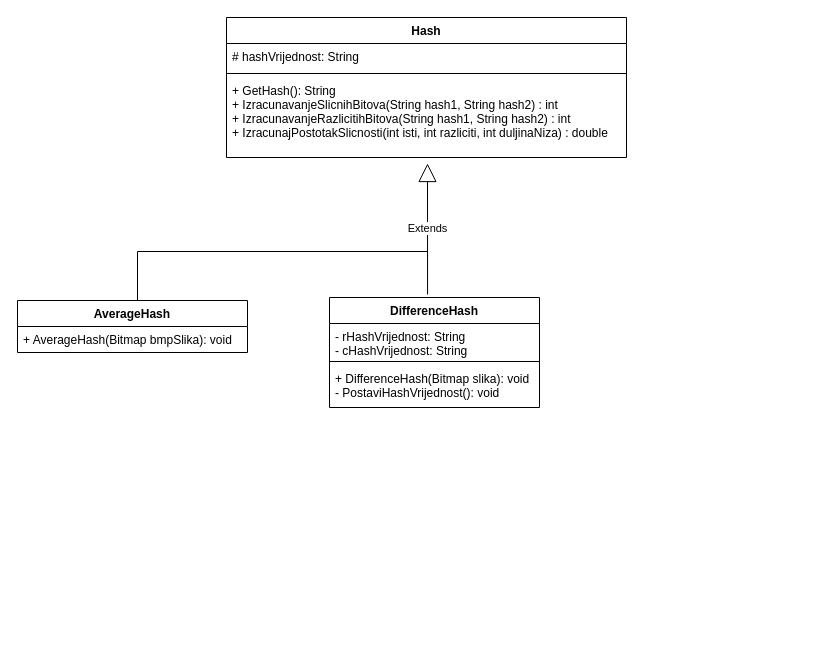
This is Dokumentacija/Dijagrami/raw/HashGeneralizacija.drawio from jmigac/Percepcijsko-he-iranje, a draw.io file, before an edit. Source tidied: cells renumbered, new cells numbered last; positions are measured from the earlier drawing's top-left corner, leaving out a move shared by most shapes. Both pictures are drawn from the tidied source at 100%, with x=0, y=0 at pixel (17, 17).
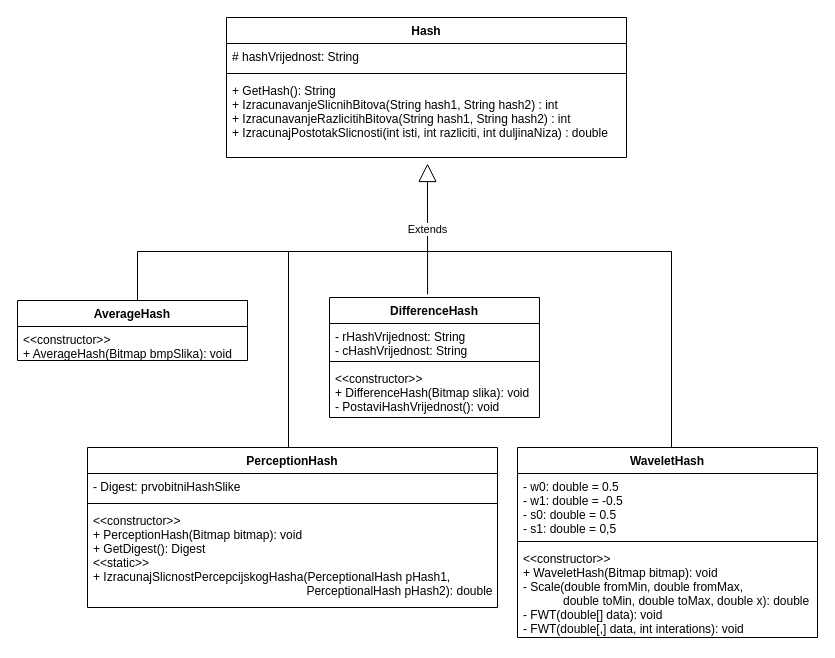
Above is the later version.

Commit message (it also covers changes not shown here):
09 Detaljnije dokumentirana generalizacija klasa za heširanje. #9

The edit, as a diff of the source:
```diff
@@
     <mxCell id="7" value="AverageHash" style="swimlane;fontStyle=1;align=center;verticalAlign=top;horizontal=1;startSize=26;" parent="1" vertex="1">
-      <mxGeometry y="283" width="230" height="52" as="geometry" />
+      <mxGeometry y="283" width="230" height="60" as="geometry" />
     </mxCell>
-    <mxCell id="8" value="+ AverageHash(Bitmap bmpSlika): void" style="text;strokeColor=none;fillColor=none;align=left;verticalAlign=top;spacingLeft=4;spacingRight=4;overflow=hidden;" parent="7" vertex="1">
-      <mxGeometry y="26" width="230" height="26" as="geometry" />
+    <mxCell id="8" value="&lt;&lt;constructor&gt;&gt;&#10;+ AverageHash(Bitmap bmpSlika): void" style="text;strokeColor=none;fillColor=none;align=left;verticalAlign=top;spacingLeft=4;spacingRight=4;overflow=hidden;" parent="7" vertex="1">
+      <mxGeometry y="26" width="230" height="34" as="geometry" />
     </mxCell>
     <mxCell id="9" value="DifferenceHash" style="swimlane;fontStyle=1;align=center;verticalAlign=top;horizontal=1;startSize=26;" parent="1" vertex="1">
-      <mxGeometry x="312" y="280" width="210" height="110" as="geometry" />
+      <mxGeometry x="312" y="280" width="210" height="120" as="geometry" />
     </mxCell>
@@
-    <mxCell id="12" value="+ DifferenceHash(Bitmap slika): void&#10;- PostaviHashVrijednost(): void" style="text;strokeColor=none;fillColor=none;align=left;verticalAlign=top;spacingLeft=4;spacingRight=4;overflow=hidden;" parent="9" vertex="1">
-      <mxGeometry y="68" width="210" height="42" as="geometry" />
+    <mxCell id="12" value="&lt;&lt;constructor&gt;&gt;&#10;+ DifferenceHash(Bitmap slika): void&#10;- PostaviHashVrijednost(): void" style="text;strokeColor=none;fillColor=none;align=left;verticalAlign=top;spacingLeft=4;spacingRight=4;overflow=hidden;" parent="9" vertex="1">
+      <mxGeometry y="68" width="210" height="52" as="geometry" />
     </mxCell>
@@
     <mxCell id="14" style="line;strokeWidth=1;fillColor=none;align=left;verticalAlign=middle;spacingTop=-1;spacingLeft=3;spacingRight=3;labelPosition=right;" parent="1" vertex="1">
-      <mxGeometry x="120" y="230" width="290" height="8" as="geometry" />
+      <mxGeometry x="120" y="230" width="534" height="8" as="geometry" />
     </mxCell>
+    <mxCell id="15" value="PerceptionHash" style="swimlane;fontStyle=1;align=center;verticalAlign=top;horizontal=1;startSize=26;" parent="1" vertex="1">
+      <mxGeometry x="70" y="430" width="410" height="160" as="geometry" />
+    </mxCell>
+    <mxCell id="16" value="- Digest: prvobitniHashSlike" style="text;strokeColor=none;fillColor=none;align=left;verticalAlign=top;spacingLeft=4;spacingRight=4;overflow=hidden;" parent="15" vertex="1">
+      <mxGeometry y="26" width="410" height="26" as="geometry" />
+    </mxCell>
+    <mxCell id="17" style="line;strokeWidth=1;fillColor=none;align=left;verticalAlign=middle;spacingTop=-1;spacingLeft=3;spacingRight=3;labelPosition=right;" parent="15" vertex="1">
+      <mxGeometry y="52" width="410" height="8" as="geometry" />
+    </mxCell>
+    <mxCell id="18" value="&lt;&lt;constructor&gt;&gt;&#10;+ PerceptionHash(Bitmap bitmap): void&#10;+ GetDigest(): Digest&#10;&lt;&lt;static&gt;&gt; &#10;+ IzracunajSlicnostPercepcijskogHasha(PerceptionalHash pHash1, &#10;                                                                PerceptionalHash pHash2): double" style="text;strokeColor=none;fillColor=none;align=left;verticalAlign=top;spacingLeft=4;spacingRight=4;overflow=hidden;" parent="15" vertex="1">
+      <mxGeometry y="60" width="410" height="100" as="geometry" />
+    </mxCell>
+    <mxCell id="19" value="WaveletHash" style="swimlane;fontStyle=1;align=center;verticalAlign=top;horizontal=1;startSize=26;" parent="1" vertex="1">
+      <mxGeometry x="500" y="430" width="300" height="190" as="geometry" />
+    </mxCell>
+    <mxCell id="20" value="- w0: double = 0.5&#10;- w1: double = -0.5&#10;- s0: double = 0.5&#10;- s1: double = 0,5" style="text;strokeColor=none;fillColor=none;align=left;verticalAlign=top;spacingLeft=4;spacingRight=4;overflow=hidden;" parent="19" vertex="1">
+      <mxGeometry y="26" width="300" height="64" as="geometry" />
+    </mxCell>
+    <mxCell id="21" style="line;strokeWidth=1;fillColor=none;align=left;verticalAlign=middle;spacingTop=-1;spacingLeft=3;spacingRight=3;labelPosition=right;" parent="19" vertex="1">
+      <mxGeometry y="90" width="300" height="8" as="geometry" />
+    </mxCell>
+    <mxCell id="22" value="&lt;&lt;constructor&gt;&gt;&#10;+ WaveletHash(Bitmap bitmap): void&#10;- Scale(double fromMin, double fromMax, &#10;            double toMin, double toMax, double x): double&#10;- FWT(double[] data): void&#10;- FWT(double[,] data, int interations): void" style="text;strokeColor=none;fillColor=none;align=left;verticalAlign=top;spacingLeft=4;spacingRight=4;overflow=hidden;" parent="19" vertex="1">
+      <mxGeometry y="98" width="300" height="92" as="geometry" />
+    </mxCell>
+    <mxCell id="23" style="line;strokeWidth=1;fillColor=none;align=left;verticalAlign=middle;spacingTop=-1;spacingLeft=3;spacingRight=3;labelPosition=right;direction=south;" parent="1" vertex="1">
+      <mxGeometry x="267" y="234" width="8" height="196" as="geometry" />
+    </mxCell>
+    <mxCell id="24" style="line;strokeWidth=1;fillColor=none;align=left;verticalAlign=middle;spacingTop=-1;spacingLeft=3;spacingRight=3;labelPosition=right;direction=south;" parent="1" vertex="1">
+      <mxGeometry x="650" y="234" width="8" height="196" as="geometry" />
+    </mxCell>
```
